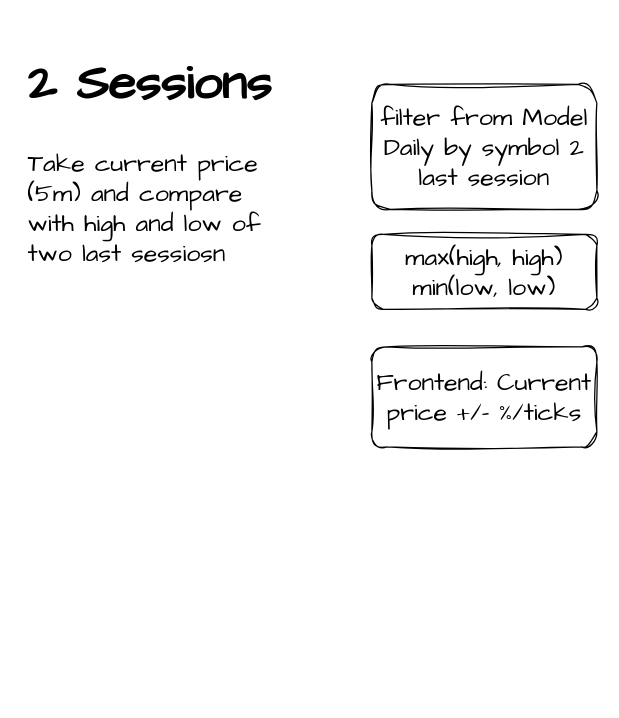
Before: page "2 sesions" (5 of 9) of structure.drawio in Kupavtsev/markets_data_handler, a draw.io diagram. Source tidied: cells renumbered, new cells numbered last; positions are measured from the earlier drawing's top-left corner, leaving out a move shared by most shapes. Both pictures are drawn from the tidied source at 125%, with x=0, y=0 at pixel (21, 34).
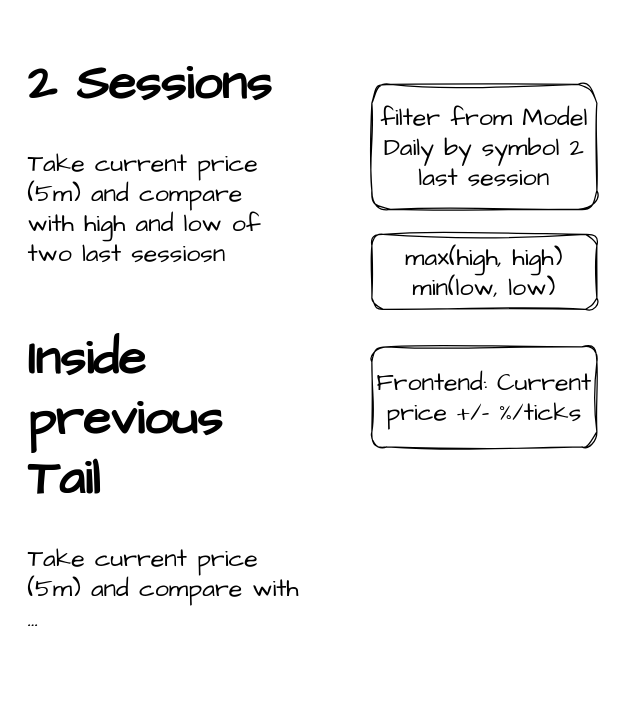
After the change.

Diff of the diagram source:
```diff
@@
 <mxGraphModel>
   <root>
     <mxCell id="0" />
     <mxCell id="1" parent="0" />
     <mxCell id="2" value="&lt;h1&gt;&lt;span style=&quot;background-color: initial;&quot;&gt;2 Sessions&lt;/span&gt;&lt;/h1&gt;&lt;div&gt;Take current price (5m) and compare with high and low of two last sessiosn&lt;/div&gt;" style="text;html=1;strokeColor=none;fillColor=none;spacing=5;spacingTop=-20;whiteSpace=wrap;overflow=hidden;rounded=0;fontSize=20;fontFamily=Architects Daughter;" parent="1" vertex="1">
       <mxGeometry width="210" height="200" as="geometry" />
     </mxCell>
     <mxCell id="3" value="filter from Model Daily by symbol 2 last session" style="rounded=1;whiteSpace=wrap;html=1;sketch=1;hachureGap=4;jiggle=2;curveFitting=1;fontFamily=Architects Daughter;fontSize=20;" parent="1" vertex="1">
       <mxGeometry x="280" y="40" width="180" height="100" as="geometry" />
     </mxCell>
     <mxCell id="4" value="max(high, high)&lt;br&gt;min(low, low)" style="rounded=1;whiteSpace=wrap;html=1;sketch=1;hachureGap=4;jiggle=2;curveFitting=1;fontFamily=Architects Daughter;fontSize=20;" parent="1" vertex="1">
       <mxGeometry x="280" y="160" width="180" height="60" as="geometry" />
     </mxCell>
     <mxCell id="5" value="Frontend: Current&lt;br&gt;price +/- %/ticks" style="rounded=1;whiteSpace=wrap;html=1;sketch=1;hachureGap=4;jiggle=2;curveFitting=1;fontFamily=Architects Daughter;fontSize=20;" parent="1" vertex="1">
       <mxGeometry x="280" y="250" width="180" height="80" as="geometry" />
     </mxCell>
+    <mxCell id="6" value="&lt;h1&gt;&lt;span style=&quot;background-color: initial;&quot;&gt;Inside previous Tail&lt;/span&gt;&lt;/h1&gt;&lt;div&gt;Take current price (5m) and compare with ...&lt;/div&gt;" style="text;html=1;strokeColor=none;fillColor=none;spacing=5;spacingTop=-20;whiteSpace=wrap;overflow=hidden;rounded=0;fontSize=20;fontFamily=Architects Daughter;" parent="1" vertex="1">
+      <mxGeometry y="220" width="230" height="310" as="geometry" />
+    </mxCell>
   </root>
 </mxGraphModel>
```
